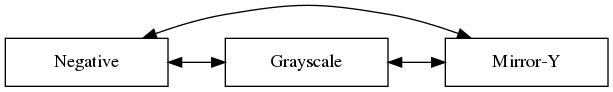
JPineda12/EDD_2S2019_PY1_201404405 keeps this Graphviz diagram as Reports/AllFilters.png. Above is the earlier version. Its source is kept beside it as Reports/AllFilters.dot. Its diagram source:
```dot
digraph Circular{
    node[shape=box, width = 1.7];
    graph[nodesep=0.6];
    edge[dir=both]
    Filtro0[label = "Negative"];
    Filtro0->Filtro1;
    Filtro1[label = "Grayscale"];
    Filtro1->Filtro2;
    Filtro2[label = "Mirror-Y"];
    Filtro2->Filtro0
    {rank=same; Filtro0; Filtro1; Filtro2; };
}
```
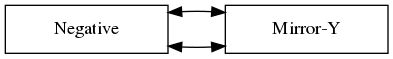
After the commit.

What changed in the source:
```diff
@@ -4,9 +4,7 @@
     edge[dir=both]
     Filtro0[label = "Negative"];
     Filtro0->Filtro1;
-    Filtro1[label = "Grayscale"];
-    Filtro1->Filtro2;
-    Filtro2[label = "Mirror-Y"];
-    Filtro2->Filtro0
-    {rank=same; Filtro0; Filtro1; Filtro2; };
+    Filtro1[label = "Mirror-Y"];
+    Filtro1->Filtro0
+    {rank=same; Filtro0; Filtro1; };
 }
```
